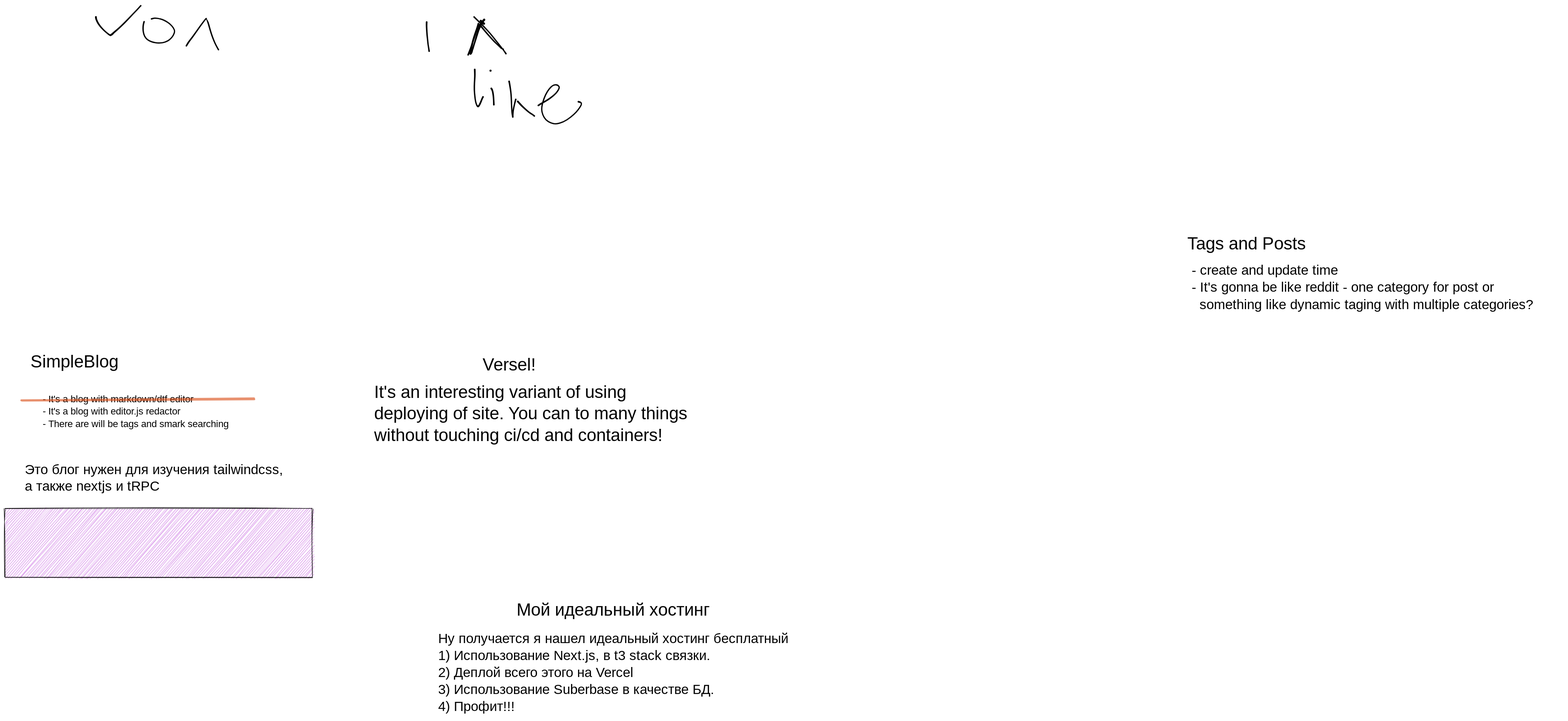
This is idex.excalidraw.svg from simpleString/simpleBlog-next, a Excalidraw export, as it was before one commit. Source tidied: one line per element, renumbered; positions are measured from the earlier drawing's top-left corner, leaving out a move shared by most shapes.
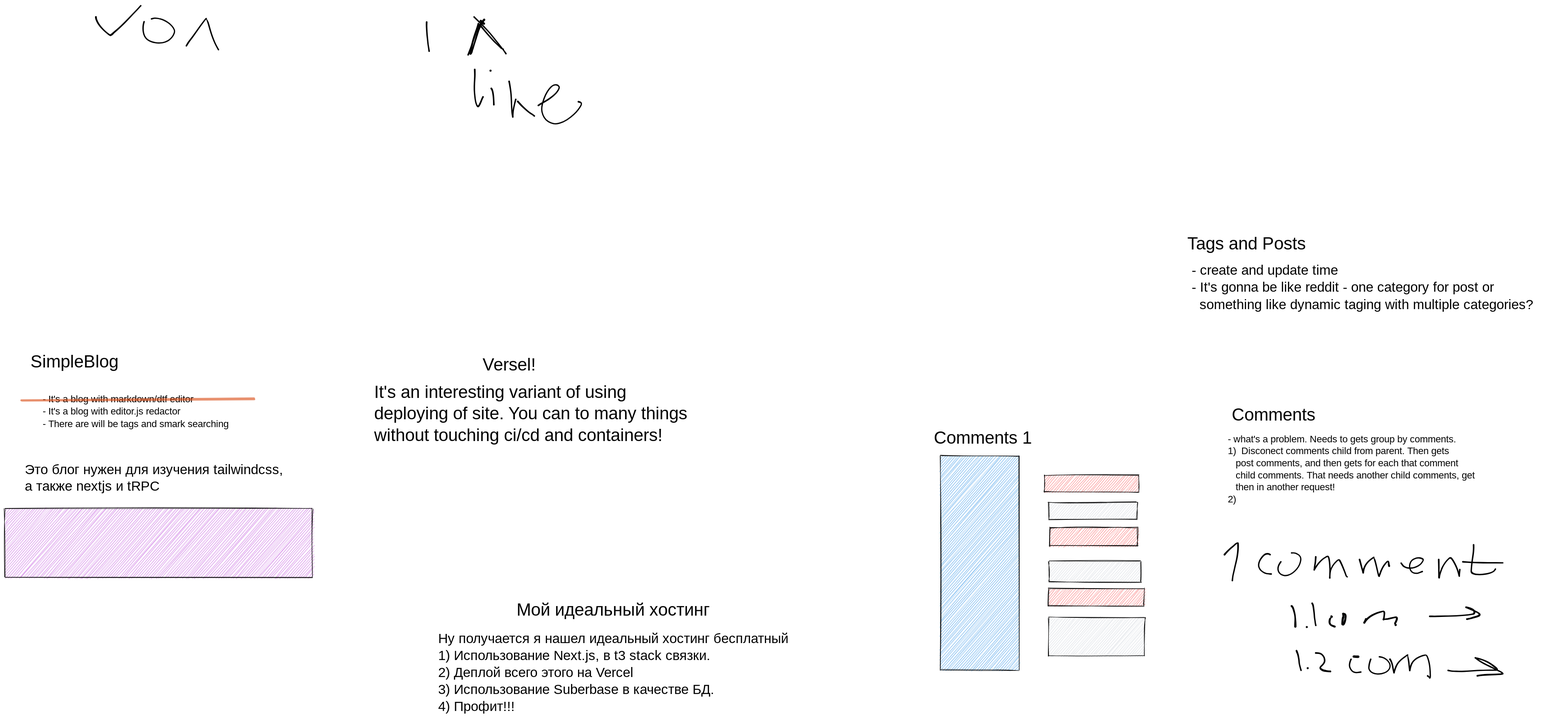
The same file after the commit.

Commit message:
Add comment chains.

What changed in the source:
```diff
@@ -23,3 +23,37 @@
 {"id": 22, "type": "freedraw", "strokeColor": "#000000", "strokeWidth": 1, "roughness": 1, "x": 1104, "y": 208, "width": 92, "height": 85, "points": [[0, 0], [0, -1], [0, -1], [1, -2], [5, -4], [15, -9], [26, -15], [36, -23], [43, -31], [45, -37], [45, -39], [43, -41], [38, -44], [32, -44], [26, -41], [17, -29], [9, -14], [5, 5], [5, 18], [11, 29], [20, 38], [33, 41], [45, 40], [63, 31], [79, 17], [87, 6], [91, -3], [91, -5], [90, -7], [86, -8], [82, -8], [82, -8]]}
 {"id": 23, "type": "text", "text": "Tags and Posts", "strokeColor": "#000000", "strokeWidth": 1, "roughness": 1, "fontSize": 36, "fontFamily": 1, "x": 2448, "y": 475, "width": 292, "height": 45}
 {"id": 24, "type": "text", "text": "- create and update time\n- It's gonna be like reddit - one category for post or\n  something like dynamic taging with multiple categories?\n", "strokeColor": "#000000", "strokeWidth": 1, "roughness": 1, "fontSize": 28, "fontFamily": 1, "x": 2457, "y": 533, "width": 769, "height": 143}
+{"id": 25, "type": "text", "text": "Comments", "strokeColor": "#000000", "strokeWidth": 1, "roughness": 1, "fontSize": 36, "fontFamily": 1, "x": 2540, "y": 829, "width": 166, "height": 45}
+{"id": 26, "type": "text", "text": "- what's a problem. Needs to gets group by comments.\n1)  Disconect comments child from parent. Then gets\n   post comments, and then gets for each that comment\n   child comments. That needs another child comments, get\n   then in another request!\n2)  ", "strokeColor": "#000000", "strokeWidth": 1, "roughness": 1, "fontSize": 20, "fontFamily": 1, "x": 2532, "y": 888, "width": 581, "height": 150}
+{"id": 27, "type": "rectangle", "strokeColor": "#000000", "backgroundColor": "#228be6", "fillStyle": "hachure", "strokeWidth": 1, "roughness": 1, "x": 1937, "y": 935, "width": 163, "height": 443}
+{"id": 28, "type": "text", "text": "Comments 1", "strokeColor": "#000000", "backgroundColor": "#228be6", "fillStyle": "hachure", "strokeWidth": 1, "roughness": 1, "fontSize": 36, "fontFamily": 1, "x": 1924, "y": 877, "width": 194, "height": 45}
+{"id": 29, "type": "rectangle", "strokeColor": "#000000", "backgroundColor": "#fa5252", "fillStyle": "hachure", "strokeWidth": 1, "roughness": 1, "x": 2152, "y": 974, "width": 196, "height": 35}
+{"id": 30, "type": "rectangle", "strokeColor": "#000000", "backgroundColor": "#fa5252", "fillStyle": "hachure", "strokeWidth": 1, "roughness": 1, "x": 2163, "y": 1082, "width": 182, "height": 38}
+{"id": 31, "type": "rectangle", "strokeColor": "#000000", "backgroundColor": "#fa5252", "fillStyle": "hachure", "strokeWidth": 1, "roughness": 1, "x": 2160, "y": 1209, "width": 199, "height": 36}
+{"id": 32, "type": "rectangle", "strokeColor": "#000000", "backgroundColor": "#ced4da", "fillStyle": "hachure", "strokeWidth": 1, "roughness": 1, "x": 2161, "y": 1269, "width": 199, "height": 80}
+{"id": 33, "type": "rectangle", "strokeColor": "#000000", "backgroundColor": "#ced4da", "fillStyle": "hachure", "strokeWidth": 1, "roughness": 1, "x": 2161, "y": 1031, "width": 183, "height": 35}
+{"id": 34, "type": "rectangle", "strokeColor": "#000000", "backgroundColor": "#ced4da", "fillStyle": "hachure", "strokeWidth": 1, "roughness": 1, "x": 2162, "y": 1153, "width": 190, "height": 43}
+{"id": 35, "type": "freedraw", "strokeColor": "#000000", "backgroundColor": "#ced4da", "fillStyle": "hachure", "strokeWidth": 1, "roughness": 1, "x": 2525, "y": 1139, "width": 28, "height": 81, "points": [[0, 0], [0, -1], [5, -6], [11, -12], [17, -17], [23, -21], [25, -25], [28, -26], [28, -26], [28, -26], [28, -24], [28, -16], [28, -7], [26, 8], [24, 20], [20, 32], [18, 42], [16, 49], [16, 52], [16, 55], [16, 55]]}
+{"id": 36, "type": "freedraw", "strokeColor": "#000000", "backgroundColor": "#ced4da", "fillStyle": "solid", "strokeWidth": 1, "roughness": 1, "x": 2620, "y": 1139, "width": 29, "height": 43, "points": [[0, 0], [0, -1], [0, -1], [-1, -2], [-4, -2], [-9, -2], [-14, 0], [-19, 7], [-24, 14], [-26, 22], [-25, 28], [-21, 33], [-16, 36], [-12, 38], [-7, 40], [-3, 40], [0, 40], [3, 40], [3, 40]]}
+{"id": 37, "type": "freedraw", "strokeColor": "#000000", "backgroundColor": "#ced4da", "fillStyle": "solid", "strokeWidth": 1, "roughness": 1, "x": 2642, "y": 1154, "width": 51, "height": 50, "points": [[0, 0], [-2, 1], [-4, 6], [-7, 12], [-7, 19], [-4, 24], [0, 28], [7, 30], [16, 30], [26, 24], [36, 15], [43, 3], [44, -8], [42, -14], [36, -17], [29, -19], [24, -20], [22, -20], [22, -18], [22, -18]]}
+{"id": 38, "type": "freedraw", "strokeColor": "#000000", "backgroundColor": "#ced4da", "fillStyle": "solid", "strokeWidth": 1, "roughness": 1, "x": 2714, "y": 1144, "width": 69, "height": 50, "points": [[0, 0], [0, 3], [-1, 11], [-1, 18], [-3, 25], [-3, 29], [-3, 28], [-2, 25], [3, 16], [10, 8], [19, -1], [25, -2], [27, -3], [27, -1], [29, 9], [30, 23], [30, 35], [29, 44], [29, 47], [29, 45], [29, 35], [31, 22], [37, 12], [44, 7], [49, 4], [49, 4], [51, 8], [54, 16], [59, 27], [62, 36], [64, 43], [65, 45], [65, 44], [65, 43], [65, 41], [65, 41]]}
+{"id": 39, "type": "freedraw", "strokeColor": "#000000", "backgroundColor": "#ced4da", "fillStyle": "solid", "strokeWidth": 1, "roughness": 1, "x": 2805, "y": 1149, "width": 61, "height": 42, "points": [[0, 0], [1, 0], [2, 6], [4, 14], [6, 23], [8, 28], [8, 29], [8, 28], [8, 24], [10, 14], [15, 5], [22, -1], [28, -4], [30, -5], [31, -5], [32, 1], [35, 11], [37, 24], [39, 33], [40, 36], [40, 36], [41, 35], [43, 28], [47, 17], [53, 6], [59, 2], [60, 1], [60, 2], [60, 4], [61, 8], [61, 12], [61, 14], [61, 14]]}
+{"id": 40, "type": "freedraw", "strokeColor": "#000000", "backgroundColor": "#ced4da", "fillStyle": "solid", "strokeWidth": 1, "roughness": 1, "x": 2891, "y": 1157, "width": 48, "height": 33, "points": [[0, 0], [0, 1], [1, 3], [4, 6], [7, 9], [11, 11], [19, 11], [29, 11], [38, 6], [46, -1], [48, -7], [48, -10], [44, -11], [37, -12], [30, -12], [23, -8], [17, -2], [16, 4], [16, 12], [20, 18], [24, 21], [27, 22], [32, 22], [36, 22], [43, 18], [45, 17], [45, 17]]}
+{"id": 41, "type": "freedraw", "strokeColor": "#000000", "backgroundColor": "#ced4da", "fillStyle": "solid", "strokeWidth": 1, "roughness": 1, "x": 2969, "y": 1149, "width": 44, "height": 44, "points": [[0, 0], [0, 6], [0, 15], [0, 24], [0, 34], [0, 38], [0, 39], [1, 38], [2, 29], [7, 16], [11, 7], [18, -1], [23, -4], [24, -5], [25, -5], [28, -1], [34, 8], [39, 20], [42, 29], [43, 36], [43, 37], [43, 35], [43, 25], [44, 19], [44, 19]]}
+{"id": 42, "type": "freedraw", "strokeColor": "#000000", "backgroundColor": "#ced4da", "fillStyle": "solid", "strokeWidth": 1, "roughness": 1, "x": 3041, "y": 1119, "width": 51, "height": 62, "points": [[0, 0], [0, 1], [0, 5], [0, 14], [-1, 27], [-4, 41], [-5, 52], [-5, 58], [-5, 59], [-3, 61], [4, 62], [13, 62], [25, 61], [37, 59], [45, 55], [46, 52], [46, 49], [46, 49]]}
+{"id": 43, "type": "freedraw", "strokeColor": "#000000", "backgroundColor": "#ced4da", "fillStyle": "solid", "strokeWidth": 1, "roughness": 1, "x": 3019, "y": 1154, "width": 87, "height": 2, "points": [[0, 0], [1, 0], [5, 0], [16, 1], [35, 2], [56, 2], [75, 2], [87, 2], [87, 2]]}
+{"id": 44, "type": "freedraw", "strokeColor": "#000000", "backgroundColor": "#ced4da", "fillStyle": "solid", "strokeWidth": 1, "roughness": 1, "x": 2664, "y": 1245, "width": 8, "height": 43, "points": [[0, 0], [1, 0], [2, 0], [4, 4], [5, 10], [7, 17], [8, 23], [8, 27], [8, 29], [8, 31], [8, 34], [8, 36], [8, 38], [8, 41], [8, 42], [8, 43], [8, 43]]}
+{"id": 45, "type": "freedraw", "strokeColor": "#000000", "backgroundColor": "#ced4da", "fillStyle": "solid", "strokeWidth": 1, "roughness": 1, "x": 2696, "y": 1289, "width": 0, "height": 3, "points": [[0, 0], [0, 1], [0, 0], [0, -2], [0, 0]]}
+{"id": 46, "type": "freedraw", "strokeColor": "#000000", "backgroundColor": "#ced4da", "fillStyle": "solid", "strokeWidth": 1, "roughness": 1, "x": 2707, "y": 1240, "width": 8, "height": 47, "points": [[0, 0], [1, 1], [3, 6], [3, 11], [4, 19], [5, 27], [5, 35], [7, 41], [7, 45], [8, 47], [8, 47]]}
+{"id": 47, "type": "freedraw", "strokeColor": "#000000", "backgroundColor": "#ced4da", "fillStyle": "solid", "strokeWidth": 1, "roughness": 1, "x": 2747, "y": 1268, "width": 12, "height": 24, "points": [[0, 0], [0, -4], [-1, -3], [-1, -1], [-3, 2], [-5, 7], [-5, 11], [-5, 14], [-3, 17], [0, 20], [4, 20], [7, 21], [7, 21]]}
+{"id": 48, "type": "freedraw", "strokeColor": "#000000", "backgroundColor": "#ced4da", "fillStyle": "solid", "strokeWidth": 1, "roughness": 1, "x": 2772, "y": 1268, "width": 7, "height": 23, "points": [[0, 0], [-2, 0], [-2, 1], [-1, 3], [-2, 9], [-2, 12], [-2, 15], [-2, 17], [-1, 17], [-1, 17], [1, 14], [3, 10], [5, 3], [5, -2], [5, -5], [3, -6], [1, -6], [-1, -6], [-1, -6], [0, 0]]}
+{"id": 49, "type": "freedraw", "strokeColor": "#000000", "backgroundColor": "#ced4da", "fillStyle": "solid", "strokeWidth": 1, "roughness": 1, "x": 2818, "y": 1272, "width": 69, "height": 30, "points": [[0, 0], [-1, 2], [-1, 5], [-3, 8], [-3, 9], [-3, 8], [-1, 3], [7, -5], [19, -13], [32, -16], [39, -17], [40, -17], [40, -13], [38, -7], [37, -2], [37, 0], [36, 0], [36, 2], [41, 1], [49, -1], [58, -3], [64, -4], [65, -4], [65, -3], [65, 0], [63, 4], [61, 8], [60, 11], [60, 11], [59, 11], [59, 12], [62, 12], [62, 12]]}
+{"id": 50, "type": "freedraw", "strokeColor": "#000000", "backgroundColor": "#ced4da", "fillStyle": "solid", "strokeWidth": 1, "roughness": 1, "x": 2674, "y": 1338, "width": 10, "height": 41, "points": [[0, 0], [1, 2], [2, 6], [4, 11], [5, 17], [6, 24], [6, 31], [8, 36], [9, 38], [9, 40], [10, 41], [10, 41]]}
+{"id": 51, "type": "freedraw", "strokeColor": "#000000", "backgroundColor": "#ced4da", "fillStyle": "solid", "strokeWidth": 1, "roughness": 1, "x": 2697, "y": 1374, "width": 1, "height": 0, "points": [[0, 0], [1, 0], [0, 0]]}
+{"id": 52, "type": "freedraw", "strokeColor": "#000000", "backgroundColor": "#ced4da", "fillStyle": "solid", "strokeWidth": 1, "roughness": 1, "x": 2714, "y": 1343, "width": 31, "height": 38, "points": [[0, 0], [5, 0], [8, 0], [11, 1], [15, 4], [17, 8], [19, 11], [19, 15], [19, 19], [17, 23], [13, 26], [10, 29], [8, 31], [9, 33], [11, 35], [14, 36], [17, 37], [22, 37], [26, 38], [30, 38], [31, 38], [31, 38]]}
+{"id": 53, "type": "freedraw", "strokeColor": "#000000", "backgroundColor": "#ced4da", "fillStyle": "solid", "strokeWidth": 1, "roughness": 1, "x": 2787, "y": 1356, "width": 26, "height": 28, "points": [[0, 0], [-1, 0], [-2, 2], [-3, 8], [-4, 14], [-3, 19], [0, 24], [3, 26], [7, 28], [11, 28], [16, 28], [22, 26], [22, 26]]}
+{"id": 54, "type": "freedraw", "strokeColor": "#000000", "backgroundColor": "#ced4da", "fillStyle": "solid", "strokeWidth": 1, "roughness": 1, "x": 2828, "y": 1356, "width": 47, "height": 37, "points": [[0, 0], [-2, 4], [-2, 7], [-4, 14], [-4, 19], [-4, 23], [-1, 26], [4, 30], [12, 32], [24, 32], [36, 27], [42, 21], [43, 12], [40, 6], [34, -1], [27, -4], [23, -5], [19, -5], [17, -5], [17, -5]]}
+{"id": 55, "type": "freedraw", "strokeColor": "#000000", "backgroundColor": "#ced4da", "fillStyle": "solid", "strokeWidth": 1, "roughness": 1, "x": 2868, "y": 1356, "width": 84, "height": 49, "points": [[0, 0], [1, 0], [3, 1], [4, 7], [6, 13], [7, 21], [8, 27], [9, 30], [9, 29], [10, 24], [12, 13], [18, 3], [27, -4], [35, -8], [37, -10], [38, -10], [38, -4], [38, 4], [40, 13], [40, 21], [41, 24], [41, 25], [41, 24], [42, 17], [45, 7], [51, -2], [61, -7], [72, -10], [76, -10], [78, -9], [79, -2], [82, 8], [84, 20], [84, 29], [84, 36], [84, 39], [83, 39], [82, 39], [77, 34], [77, 34]]}
+{"id": 56, "type": "freedraw", "strokeColor": "#000000", "backgroundColor": "#ced4da", "fillStyle": "solid", "strokeWidth": 1, "roughness": 1, "x": 2793, "y": 1350, "width": 11, "height": 0, "points": [[0, 0], [-1, 0], [0, 0], [1, 0], [3, 0], [5, 0], [7, 0], [9, 0], [10, 0], [10, 0]]}
+{"id": 57, "type": "freedraw", "strokeColor": "#000000", "backgroundColor": "#ced4da", "fillStyle": "solid", "strokeWidth": 1, "roughness": 1, "x": 2950, "y": 1267, "width": 104, "height": 25, "points": [[0, 0], [1, 0], [5, 0], [16, 0], [34, -1], [50, -1], [65, -1], [77, -2], [86, -3], [89, -4], [91, -5], [92, -5], [93, -6], [93, -9], [93, -12], [89, -14], [84, -17], [78, -19], [74, -19], [74, -19], [77, -18], [82, -16], [89, -13], [96, -10], [101, -7], [104, -5], [104, -4], [104, -2], [103, -1], [99, 0], [93, 2], [85, 4], [79, 6], [77, 6], [76, 6], [76, 6]]}
+{"id": 58, "type": "freedraw", "strokeColor": "#000000", "backgroundColor": "#ced4da", "fillStyle": "solid", "strokeWidth": 1, "roughness": 1, "x": 2988, "y": 1379, "width": 115, "height": 38, "points": [[0, 0], [3, 1], [4, 1], [9, 2], [17, 2], [29, 2], [42, 2], [58, 0], [70, -1], [82, -1], [92, -1], [98, -1], [102, -1], [103, -1], [103, -1], [102, -2], [100, -4], [95, -9], [87, -14], [77, -21], [66, -25], [57, -26], [54, -26], [55, -26], [60, -23], [71, -15], [86, -8], [100, -1], [111, 4], [115, 6], [115, 7], [115, 8], [113, 8], [110, 8], [63, 10], [59, 11], [59, 11], [59, 11]]}
```
